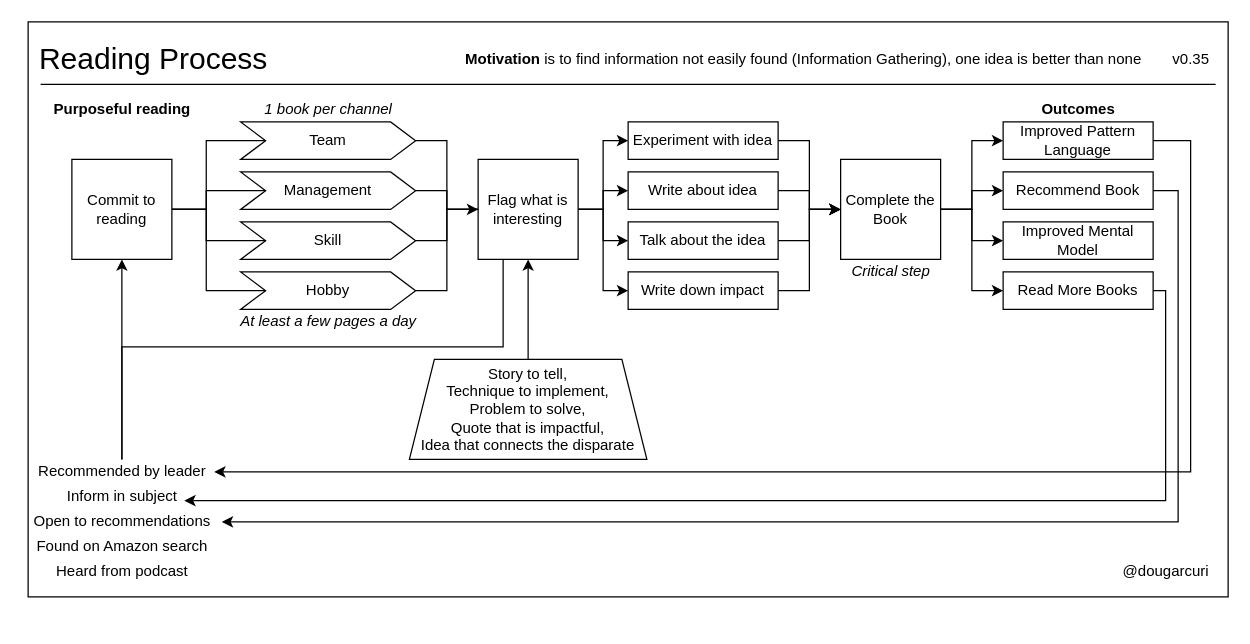
Earlier version of the draw.io diagram books/diagrams/reading-process.drawio (solidi/learning-notes). Source tidied: cells renumbered, new cells numbered last; positions are measured from the earlier drawing's top-left corner, leaving out a move shared by most shapes. Both pictures are drawn from the tidied source at 125%, with x=0, y=0 at pixel (21, 21).
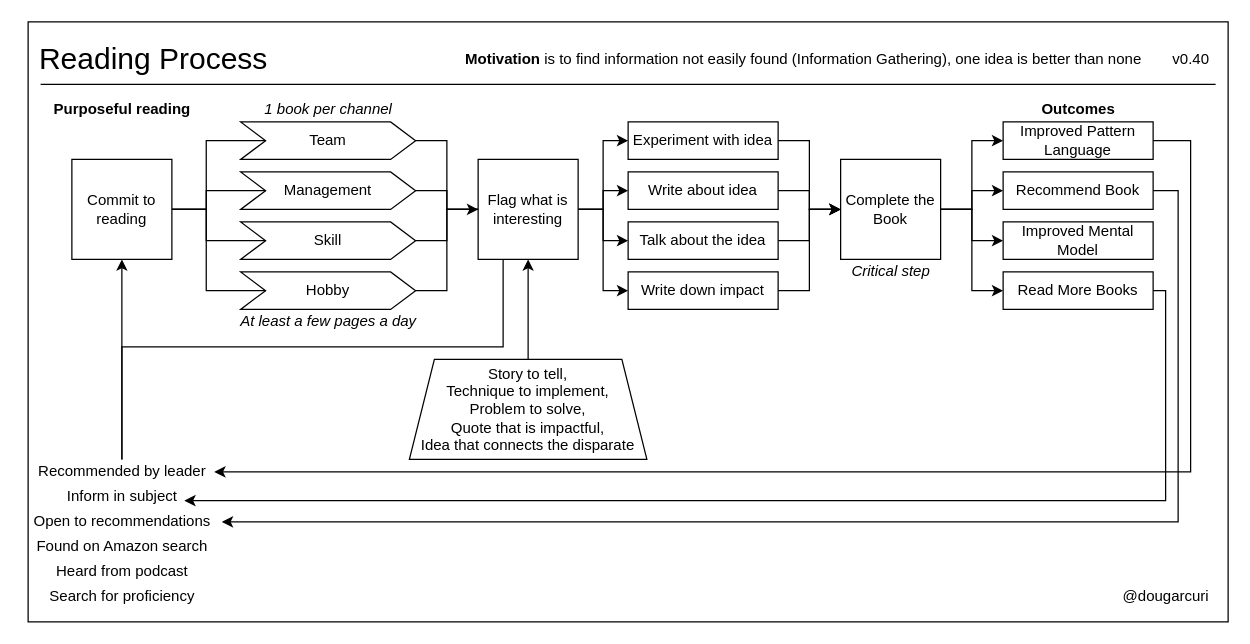
After the change.

Commit message (it also covers changes not shown here):
Update reading process with proficiency

The edit, as a diff of the source:
```diff
@@
     <mxCell id="2" style="rounded=0;whiteSpace=wrap;html=1;fillColor=none;" parent="1" vertex="1">
-      <mxGeometry x="5" width="960" height="460" as="geometry" />
+      <mxGeometry x="5" width="960" height="480" as="geometry" />
     </mxCell>
@@
-    <mxCell id="24" value="v0.35" style="text;html=1;align=center;verticalAlign=middle;" parent="1" vertex="1">
+    <mxCell id="24" value="v0.40" style="text;html=1;align=center;verticalAlign=middle;" parent="1" vertex="1">
       <mxGeometry x="915" y="20" width="40" height="20" as="geometry" />
     </mxCell>
     <mxCell id="25" value="@dougarcuri" style="text;html=1;align=center;verticalAlign=middle;" parent="1" vertex="1">
-      <mxGeometry x="875" y="430" width="80" height="20" as="geometry" />
+      <mxGeometry x="875" y="450" width="80" height="20" as="geometry" />
     </mxCell>
@@
+    <mxCell id="60" value="Search for proficiency" style="text;html=1;align=center;verticalAlign=middle;" parent="1" vertex="1">
+      <mxGeometry x="15" y="450" width="130" height="20" as="geometry" />
+    </mxCell>
```
